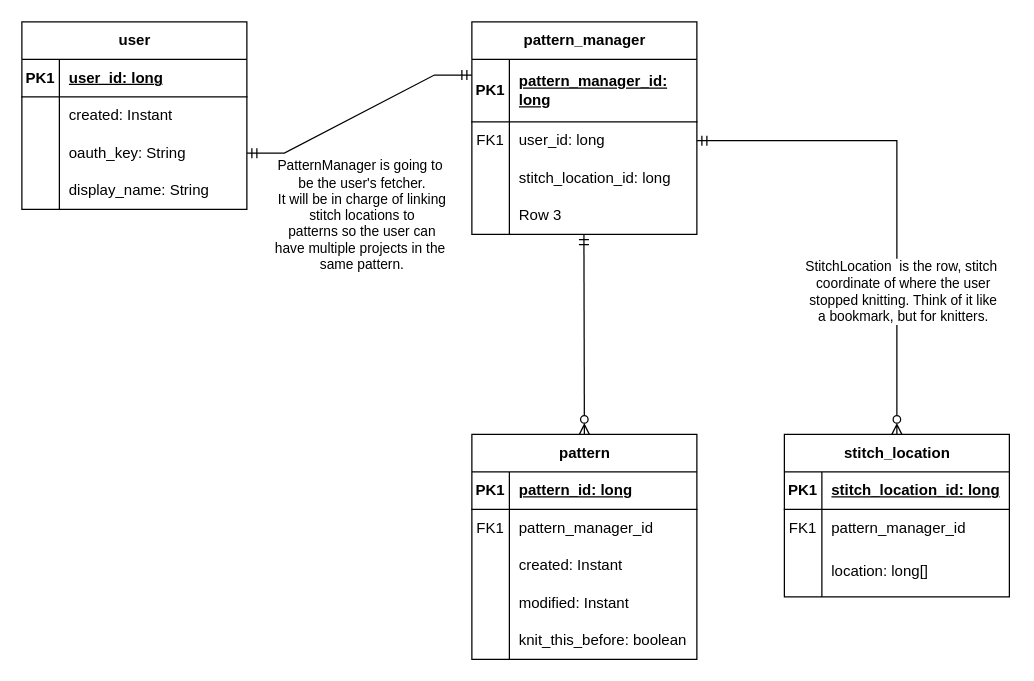
Before: work/erd.drawio in ddc-java-17/sereknitty-thedaniellescott, a draw.io diagram. Source tidied: cells renumbered, new cells numbered last; positions are measured from the earlier drawing's top-left corner, leaving out a move shared by most shapes. Both pictures are drawn from the tidied source at 125%, with x=0, y=0 at pixel (21, -54).
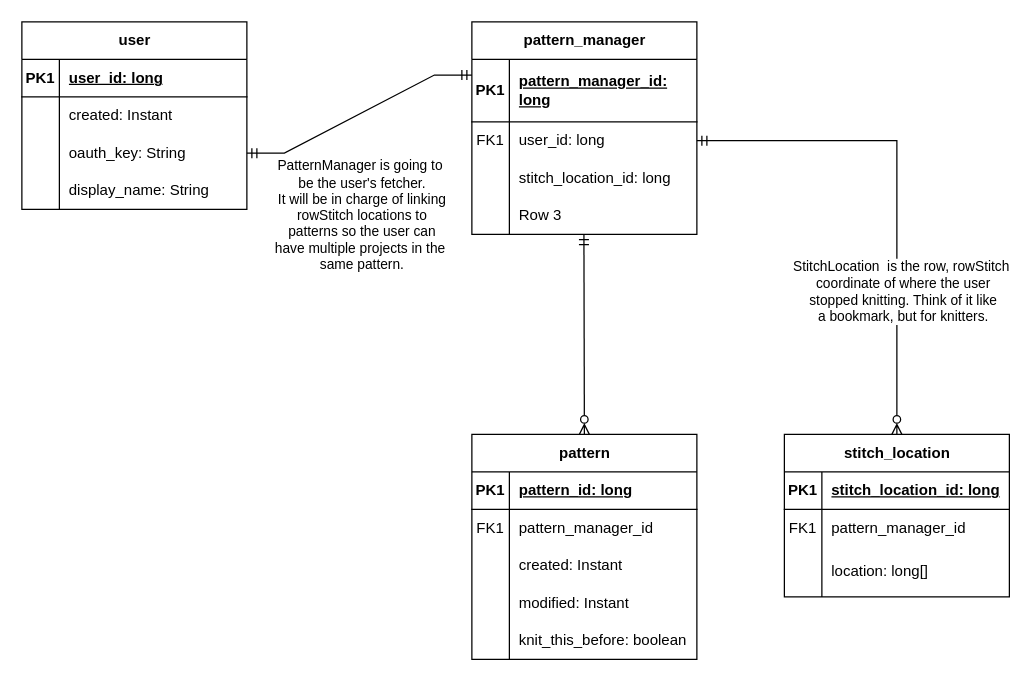
Above is the later version.

Unchanged cells that the change refers to:
```xml
<mxCell id="28" style="edgeStyle=entityRelationEdgeStyle;fontSize=12;html=1;endArrow=ERmandOne;startArrow=ERmandOne;rounded=0;entryX=0;entryY=0.25;entryDx=0;entryDy=0;exitX=1;exitY=0.5;exitDx=0;exitDy=0;" parent="1" edge="1" source="9" target="15">
  <mxGeometry relative="1" as="geometry">
    <Array as="points">
      <mxPoint x="430" />
    </Array>
  </mxGeometry>
</mxCell>
<mxCell id="57" style="fontSize=12;html=1;endArrow=ERmandOne;startArrow=ERzeroToMany;rounded=0;endFill=0;entryX=1;entryY=0.5;entryDx=0;entryDy=0;exitX=0.5;exitY=0;exitDx=0;exitDy=0;startFill=0;edgeStyle=orthogonalEdgeStyle;" parent="1" edge="1" source="47" target="19">
  <mxGeometry relative="1" as="geometry" />
</mxCell>
```

Diff of the diagram source:
```diff
@@
-    <mxCell id="29" value="PatternManager is going to&amp;nbsp;&lt;br&gt;be the user's fetcher.&lt;br&gt;It will be in charge of linking&lt;br&gt;stitch locations to&lt;br&gt;patterns so the user can&lt;br&gt;have multiple projects in the&amp;nbsp;&lt;br&gt;same pattern." style="edgeLabel;html=1;align=center;verticalAlign=middle;" parent="28" vertex="1">
+    <mxCell id="29" value="PatternManager is going to&amp;nbsp;&lt;br&gt;be the user's fetcher.&lt;br&gt;It will be in charge of linking&lt;br&gt;rowStitch locations to&lt;br&gt;patterns so the user can&lt;br&gt;have multiple projects in the&amp;nbsp;&lt;br&gt;same pattern." style="edgeLabel;html=1;align=center;verticalAlign=middle;" parent="28" vertex="1">
       <mxGeometry x="-0.04" y="3" relative="1" as="geometry">
         <mxPoint x="6" y="82" as="offset" />
       </mxGeometry>
     </mxCell>
@@
-    <mxCell id="58" value="StitchLocation&amp;nbsp; is the row, stitch&amp;nbsp;&lt;br&gt;coordinate of where the user&lt;br&gt;stopped knitting. Think of it like&lt;br&gt;a bookmark, but for knitters." style="edgeLabel;html=1;align=center;verticalAlign=middle;" parent="57" vertex="1">
+    <mxCell id="58" value="StitchLocation&amp;nbsp; is the row, rowStitch&amp;nbsp;&lt;br&gt;coordinate of where the user&lt;br&gt;stopped knitting. Think of it like&lt;br&gt;a bookmark, but for knitters." style="edgeLabel;html=1;align=center;verticalAlign=middle;" parent="57" vertex="1">
       <mxGeometry x="-0.42" y="-4" relative="1" as="geometry" />
     </mxCell>
```
